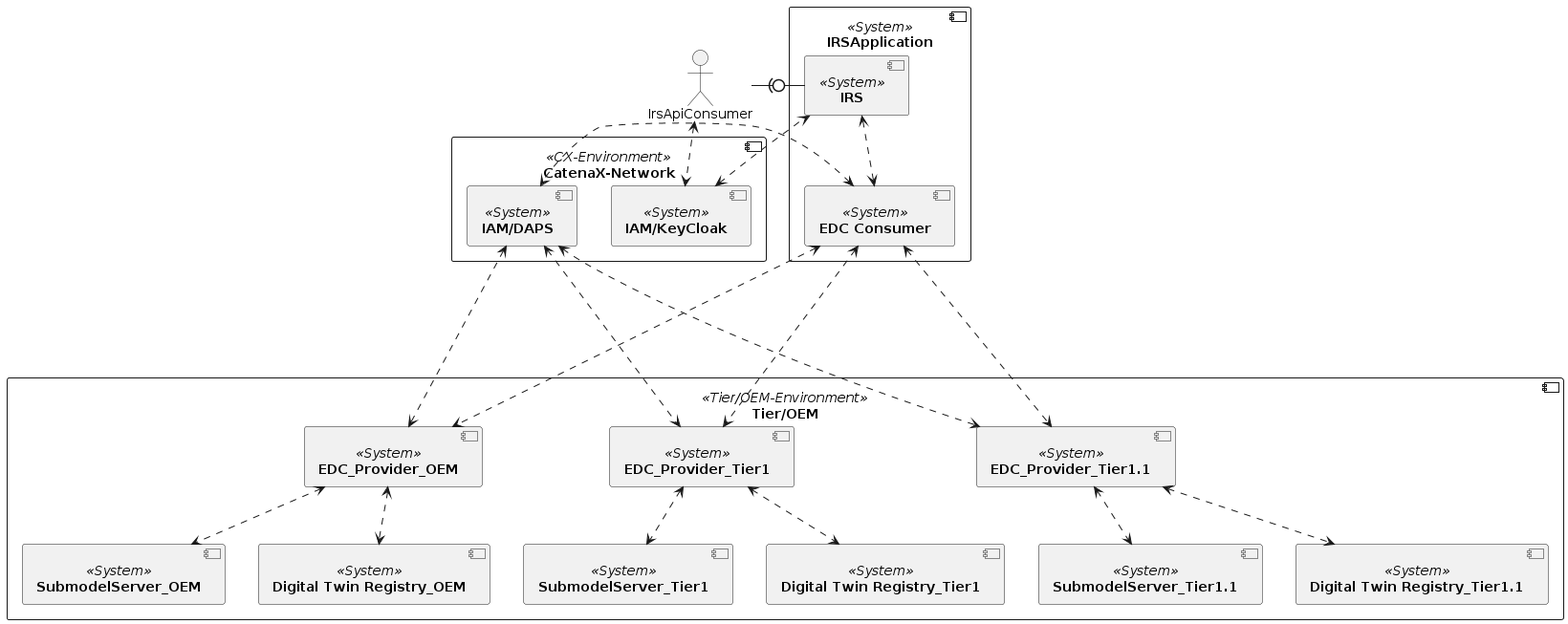
Earlier version of the PlantUML export docs/assets/arc42/arc42_002.png (catenax-ng/tx-item-relationship-service).
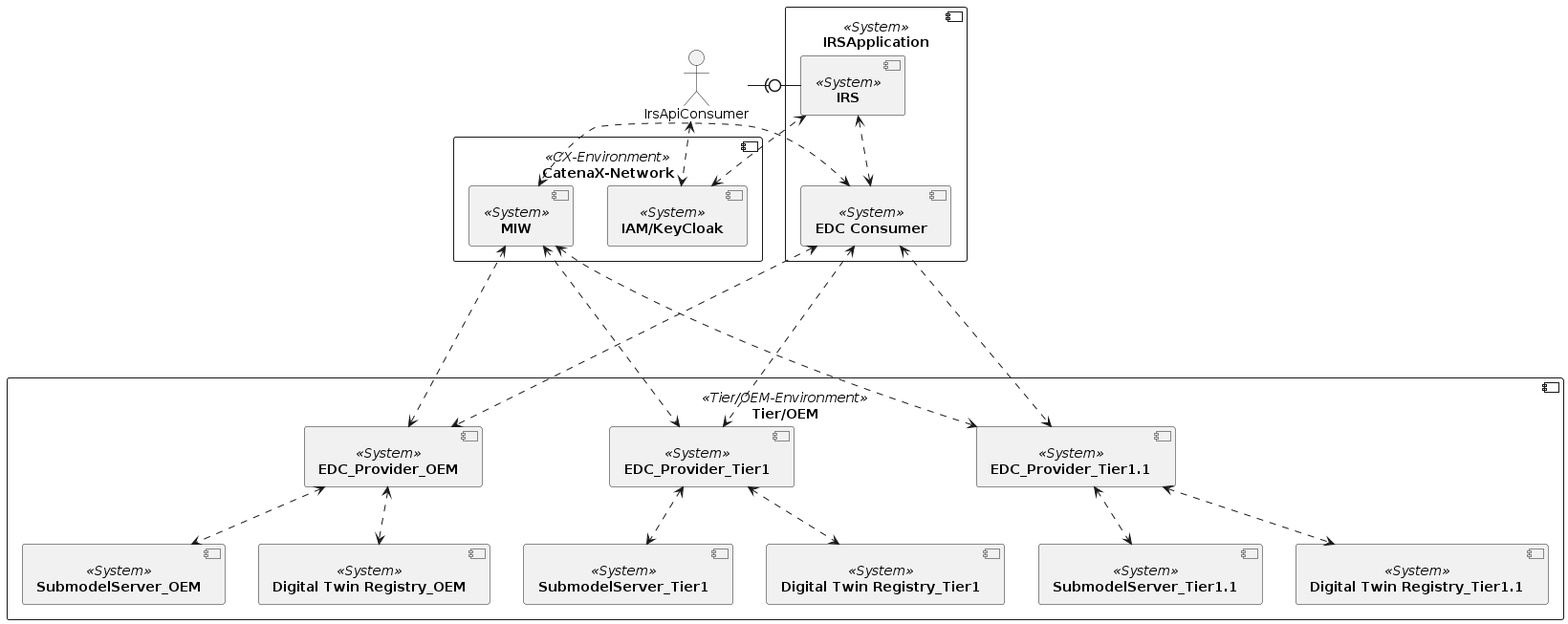
After the commit.

The edit, as a diff of the source:
```diff
@@ -12,7 +12,7 @@
 
 component [**CatenaX-Network**] <<CX-Environment>> {
     component [**IAM/KeyCloak**] <<System>> as IAM_IRS
-    component [**IAM/DAPS**] <<System>> as IAM_DAPS
+    component [**MIW**] <<System>> as IAM_DAPS
 }
 
 component [**Tier/OEM**] <<Tier/OEM-Environment>> {
```
